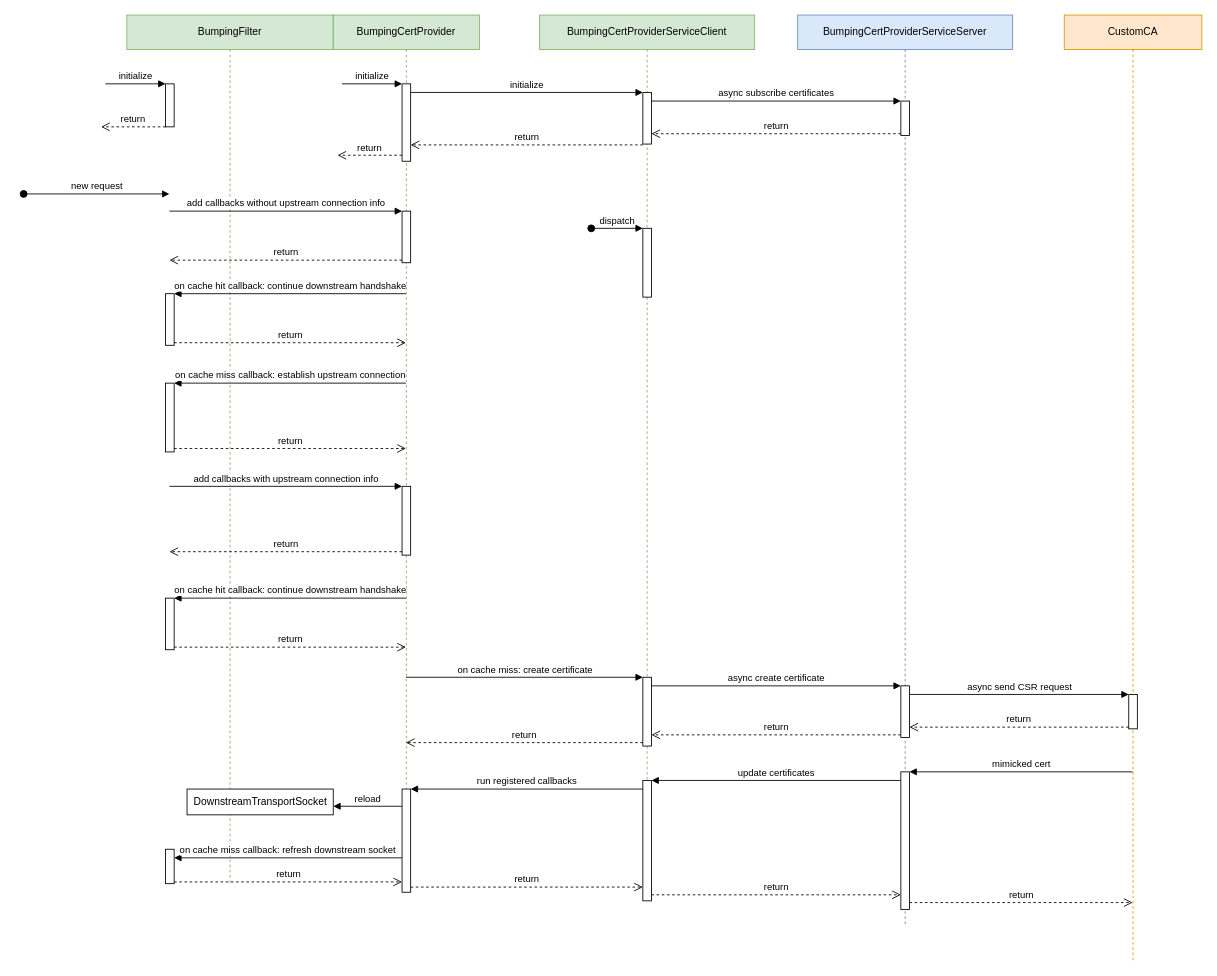
The draw.io diagram bumping cert external provider.drawio in LuyaoZhong/Figures, before the edit. Source tidied: cells renumbered, new cells numbered last; positions are measured from the earlier drawing's top-left corner, leaving out a move shared by most shapes. Both pictures are drawn from the tidied source at 86%, with x=0, y=0 at pixel (23, 15).
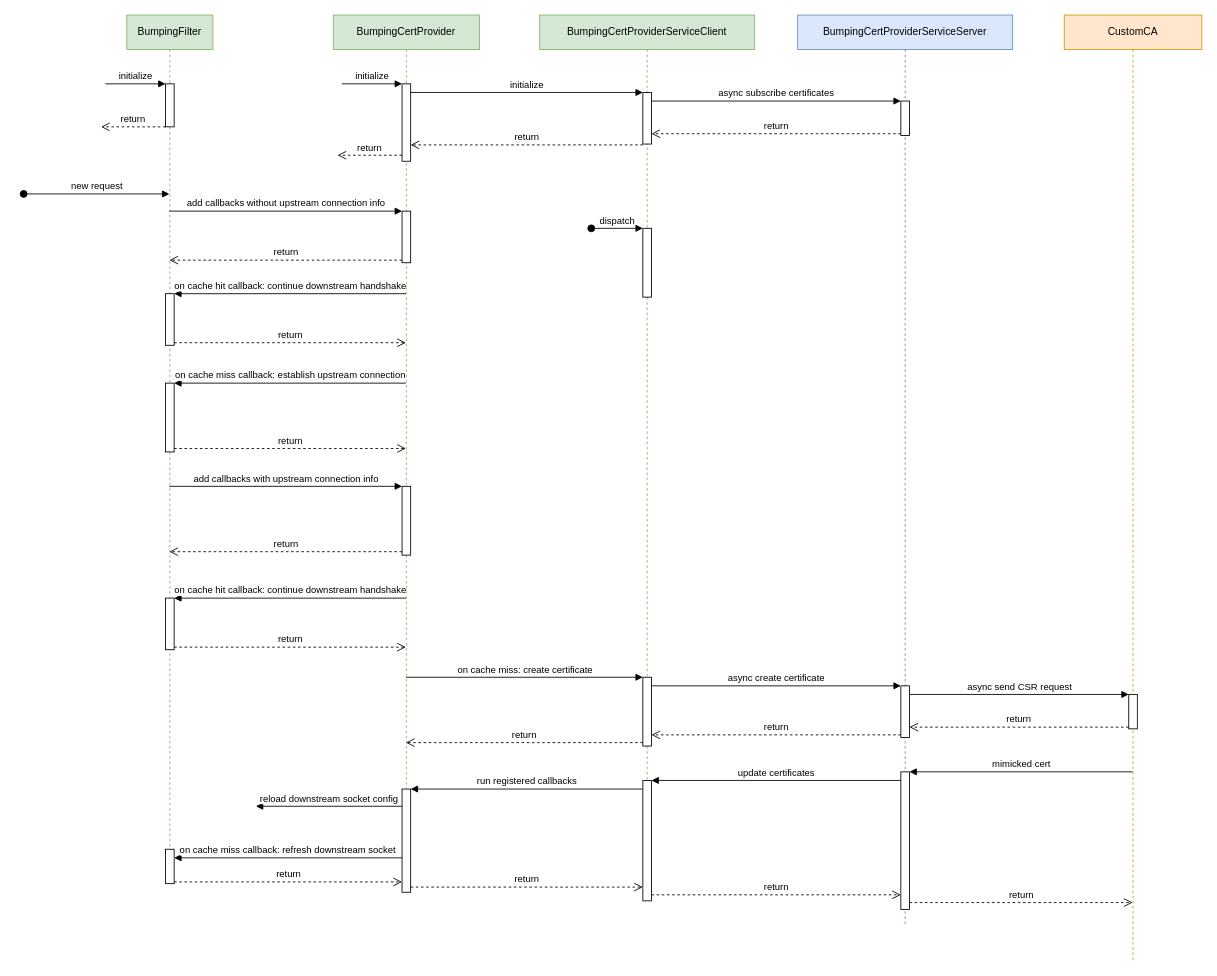
The same diagram, later.

Unchanged cells that the change refers to:
```xml
<mxCell id="12" value="BumpingCertProvider" style="shape=umlLifeline;perimeter=lifelinePerimeter;whiteSpace=wrap;html=1;outlineConnect=0;fillColor=#d5e8d4;strokeColor=#82b366;" parent="1" vertex="1">
  <mxGeometry x="360" width="170" height="1020" as="geometry" />
</mxCell>
```

Change to the diagram source:
```diff
@@
     <mxCell id="2" value="BumpingFilter" style="shape=umlLifeline;perimeter=lifelinePerimeter;whiteSpace=wrap;html=1;fillColor=#d5e8d4;strokeColor=#82b366;" parent="1" vertex="1">
-      <mxGeometry x="120" width="240" height="1010" as="geometry" />
+      <mxGeometry x="120" width="100" height="1010" as="geometry" />
     </mxCell>
@@
-    <mxCell id="11" value="DownstreamTransportSocket" style="html=1;" parent="2" vertex="1">
-      <mxGeometry x="70" y="900" width="170" height="30" as="geometry" />
-    </mxCell>
@@
-    <mxCell id="19" value="reload" style="html=1;verticalAlign=bottom;endArrow=block;rounded=0;" parent="12" edge="1">
+    <mxCell id="19" value="reload downstream socket config" style="html=1;verticalAlign=bottom;endArrow=block;rounded=0;" parent="12" edge="1">
       <mxGeometry relative="1" as="geometry">
         <mxPoint x="80" y="920" as="sourcePoint" />
-        <mxPoint y="920" as="targetPoint" />
+        <mxPoint x="-90" y="920" as="targetPoint" />
       </mxGeometry>
     </mxCell>
```
